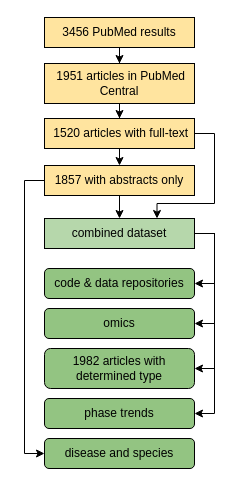
The draw.io diagram flowchart.dio in krassowski/multi-omics-state-of-the-field, before the edit. Source tidied: cells renumbered, new cells numbered last; positions are measured from the earlier drawing's top-left corner, leaving out a move shared by most shapes. Both pictures are drawn from the tidied source at 100%, with x=0, y=0 at pixel (44, 17).
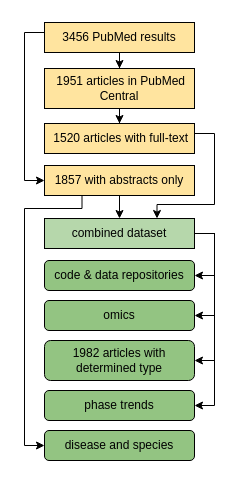
The same diagram, later.

Commit message:
Correct the manual flowchart version

Unchanged cells that the change refers to:
```xml
<mxCell id="7" value="&lt;div&gt;1857 with abstracts only&lt;/div&gt;" style="rounded=0;whiteSpace=wrap;html=1;fillColor=#ffe49f;" parent="1" vertex="1">
  <mxGeometry y="148" width="150" height="30" as="geometry" />
</mxCell>
<mxCell id="17" value="&lt;div&gt;combined dataset&lt;/div&gt;" style="rounded=0;whiteSpace=wrap;html=1;fillColor=#b6d7ab;" parent="1" vertex="1">
  <mxGeometry y="201" width="150" height="30" as="geometry" />
</mxCell>
```

The edit, as a diff of the source:
```diff
@@
     <mxCell id="3" style="edgeStyle=orthogonalEdgeStyle;rounded=0;html=1;jettySize=auto;" parent="1" edge="1" source="4" target="7">
-      <mxGeometry relative="1" as="geometry" />
+      <mxGeometry relative="1" as="geometry">
+        <Array as="points">
+          <mxPoint x="-20" y="15" />
+          <mxPoint x="-20" y="163" />
+        </Array>
+      </mxGeometry>
     </mxCell>
     <mxCell id="4" value="3456 PubMed results" style="rounded=0;whiteSpace=wrap;html=1;fillColor=#ffe49f;" parent="1" vertex="1">
-      <mxGeometry width="150" height="30" as="geometry" />
+      <mxGeometry y="5" width="150" height="30" as="geometry" />
     </mxCell>
@@
-    <mxCell id="6" style="edgeStyle=orthogonalEdgeStyle;rounded=0;html=1;exitX=0;exitY=0.5;entryX=0;entryY=0.5;jettySize=auto;" parent="1" edge="1" source="7" target="8">
-      <mxGeometry relative="1" as="geometry" />
+    <mxCell id="6" style="edgeStyle=orthogonalEdgeStyle;rounded=0;html=1;exitX=0.25;exitY=1;entryX=0;entryY=0.5;jettySize=auto;" parent="1" edge="1" source="7" target="8">
+      <mxGeometry relative="1" as="geometry">
+        <Array as="points">
+          <mxPoint x="38" y="191" />
+          <mxPoint x="-20" y="191" />
+          <mxPoint x="-20" y="428" />
+        </Array>
+      </mxGeometry>
     </mxCell>
@@
     <mxCell id="8" value="&lt;div&gt;disease and species&lt;/div&gt;" style="rounded=1;whiteSpace=wrap;html=1;fillColor=#93c482;" parent="1" vertex="1">
-      <mxGeometry y="421" width="150" height="30" as="geometry" />
+      <mxGeometry y="413" width="150" height="30" as="geometry" />
     </mxCell>
@@
     <mxCell id="10" value="&lt;div&gt;&amp;nbsp;1951 articles in PubMed Central&lt;/div&gt;" style="rounded=0;whiteSpace=wrap;html=1;fillColor=#ffe49f;" parent="1" vertex="1">
-      <mxGeometry y="46" width="150" height="40" as="geometry" />
+      <mxGeometry y="51" width="150" height="40" as="geometry" />
     </mxCell>
     <mxCell id="11" style="edgeStyle=orthogonalEdgeStyle;rounded=0;html=1;jettySize=auto;entryX=0.75;entryY=0;exitX=1;exitY=0.5;" parent="1" edge="1" source="12" target="17">
       <mxGeometry relative="1" as="geometry">
         <Array as="points">
+          <mxPoint x="150" y="116" />
           <mxPoint x="170" y="116" />
-          <mxPoint x="170" y="186" />
-          <mxPoint x="113" y="186" />
+          <mxPoint x="170" y="187" />
+          <mxPoint x="113" y="187" />
         </Array>
       </mxGeometry>
     </mxCell>
     <mxCell id="12" value="&lt;div&gt;&amp;nbsp;1520 articles with full-text&lt;/div&gt;" style="rounded=0;whiteSpace=wrap;html=1;fillColor=#ffe49f;" parent="1" vertex="1">
-      <mxGeometry y="101" width="150" height="30" as="geometry" />
+      <mxGeometry y="106" width="150" height="30" as="geometry" />
     </mxCell>
@@
     <mxCell id="18" value="&lt;div&gt;1982 articles with determined type&lt;/div&gt;" style="rounded=1;whiteSpace=wrap;html=1;fillColor=#93c482;" parent="1" vertex="1">
-      <mxGeometry y="331" width="150" height="40" as="geometry" />
+      <mxGeometry y="323" width="150" height="40" as="geometry" />
     </mxCell>
     <mxCell id="19" value="&lt;div&gt;code &amp;amp; data repositories&lt;/div&gt;" style="rounded=1;whiteSpace=wrap;html=1;fillColor=#93c482;" parent="1" vertex="1">
-      <mxGeometry y="251" width="150" height="30" as="geometry" />
+      <mxGeometry y="243" width="150" height="30" as="geometry" />
     </mxCell>
     <mxCell id="20" value="&lt;div&gt;omics&lt;/div&gt;" style="rounded=1;whiteSpace=wrap;html=1;fillColor=#93c482;" parent="1" vertex="1">
-      <mxGeometry y="291" width="150" height="30" as="geometry" />
+      <mxGeometry y="283" width="150" height="30" as="geometry" />
     </mxCell>
     <mxCell id="21" value="&lt;div&gt;phase trends&lt;/div&gt;" style="rounded=1;whiteSpace=wrap;html=1;fillColor=#93c482;" parent="1" vertex="1">
-      <mxGeometry y="381" width="150" height="30" as="geometry" />
+      <mxGeometry y="373" width="150" height="30" as="geometry" />
     </mxCell>
```
